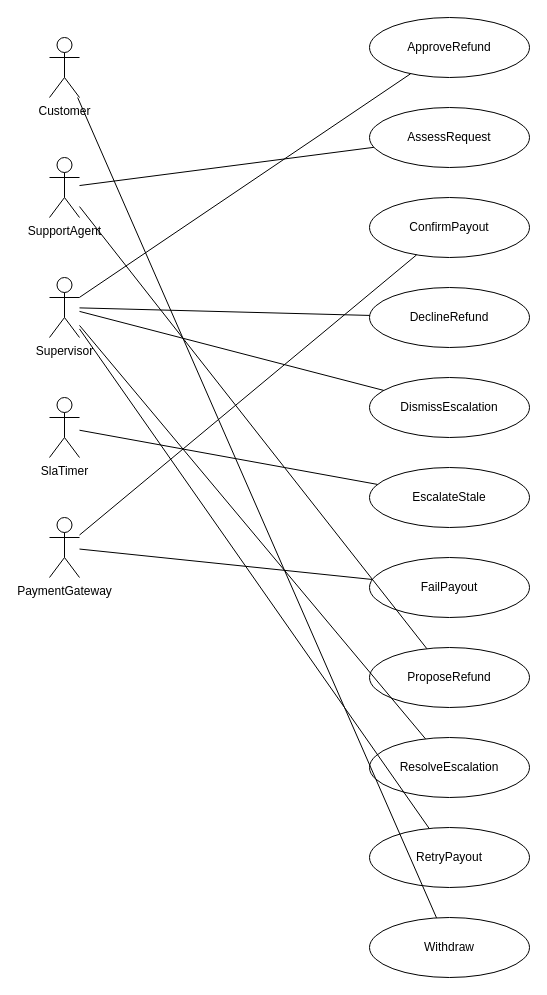
The draw.io diagram page "Use cases" (3 of 3) of verification/interop/generated/refund-desk.drawio in 45ck/eija-studio, before the edit. Source tidied: cells renumbered, new cells numbered last; positions are measured from the earlier drawing's top-left corner, leaving out a move shared by most shapes. Both pictures are drawn from the tidied source at 100%, with x=0, y=0 at pixel (49, 17).
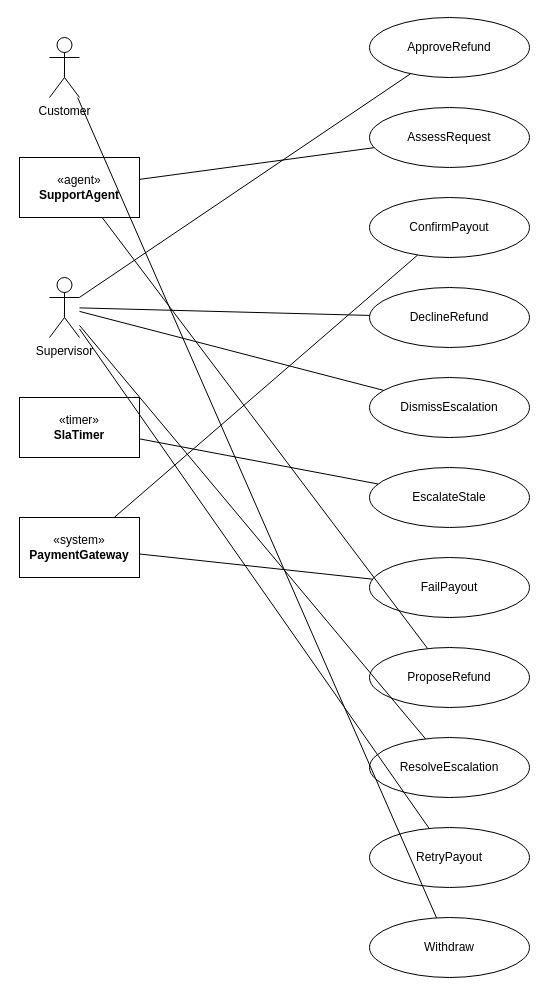
After the change.

Change to the diagram source:
```diff
@@
-    <mxCell id="3" value="SupportAgent" style="shape=umlActor;verticalLabelPosition=bottom;verticalAlign=top;html=1;" parent="1" vertex="1">
-      <mxGeometry y="140" width="30" height="60" as="geometry" />
+    <mxCell id="3" value="&amp;laquo;agent&amp;raquo;&lt;br&gt;&lt;b&gt;SupportAgent&lt;/b&gt;" style="rounded=0;whiteSpace=wrap;html=1;" parent="1" vertex="1">
+      <mxGeometry x="-30" y="140" width="120" height="60" as="geometry" />
     </mxCell>
@@
-    <mxCell id="5" value="SlaTimer" style="shape=umlActor;verticalLabelPosition=bottom;verticalAlign=top;html=1;" parent="1" vertex="1">
-      <mxGeometry y="380" width="30" height="60" as="geometry" />
+    <mxCell id="5" value="&amp;laquo;timer&amp;raquo;&lt;br&gt;&lt;b&gt;SlaTimer&lt;/b&gt;" style="rounded=0;whiteSpace=wrap;html=1;" parent="1" vertex="1">
+      <mxGeometry x="-30" y="380" width="120" height="60" as="geometry" />
     </mxCell>
-    <mxCell id="6" value="PaymentGateway" style="shape=umlActor;verticalLabelPosition=bottom;verticalAlign=top;html=1;" parent="1" vertex="1">
-      <mxGeometry y="500" width="30" height="60" as="geometry" />
+    <mxCell id="6" value="&amp;laquo;system&amp;raquo;&lt;br&gt;&lt;b&gt;PaymentGateway&lt;/b&gt;" style="rounded=0;whiteSpace=wrap;html=1;" parent="1" vertex="1">
+      <mxGeometry x="-30" y="500" width="120" height="60" as="geometry" />
     </mxCell>
```
